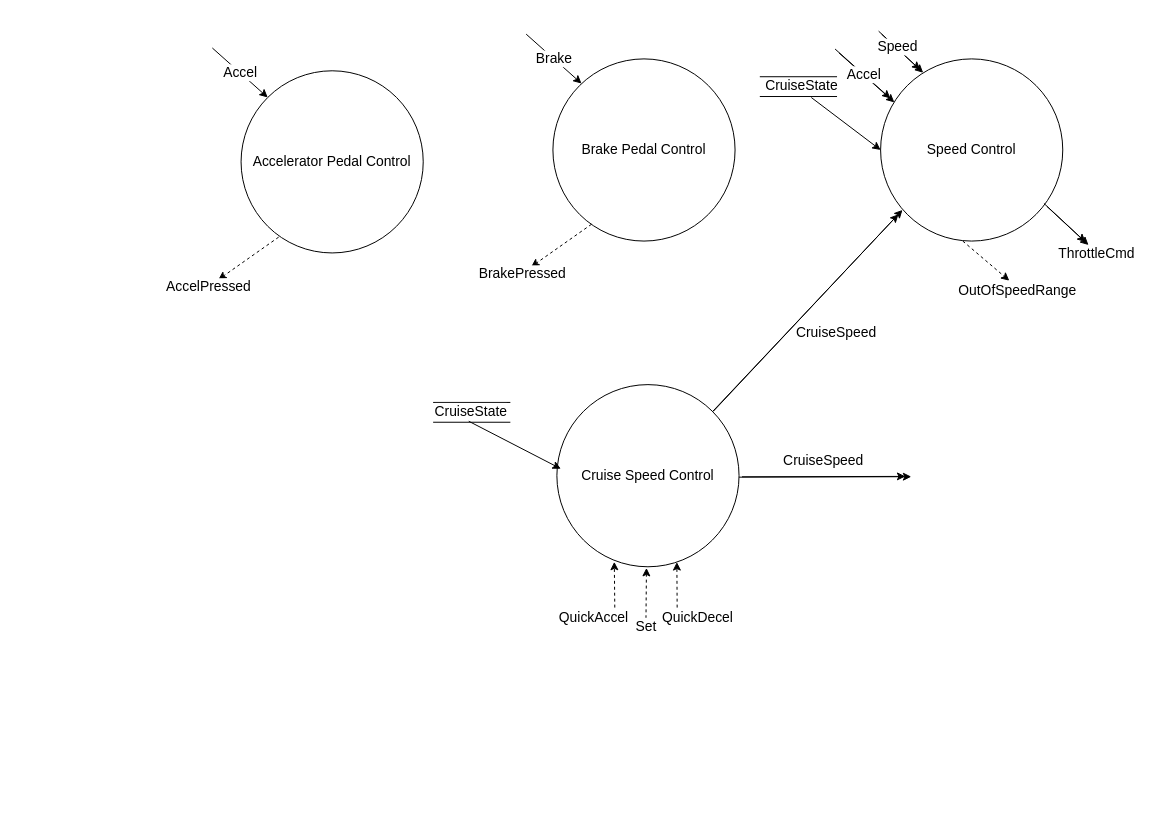
jacoballen4534/Cruise-Controller keeps this draw.io diagram as Diagrams/driving_control_refinement.drawio. Above is the earlier version. Source tidied: cells renumbered, new cells numbered last; positions are measured from the earlier drawing's top-left corner, leaving out a move shared by most shapes. Both pictures are drawn from the tidied source at 99%, with x=0, y=0 at pixel (212, 29).
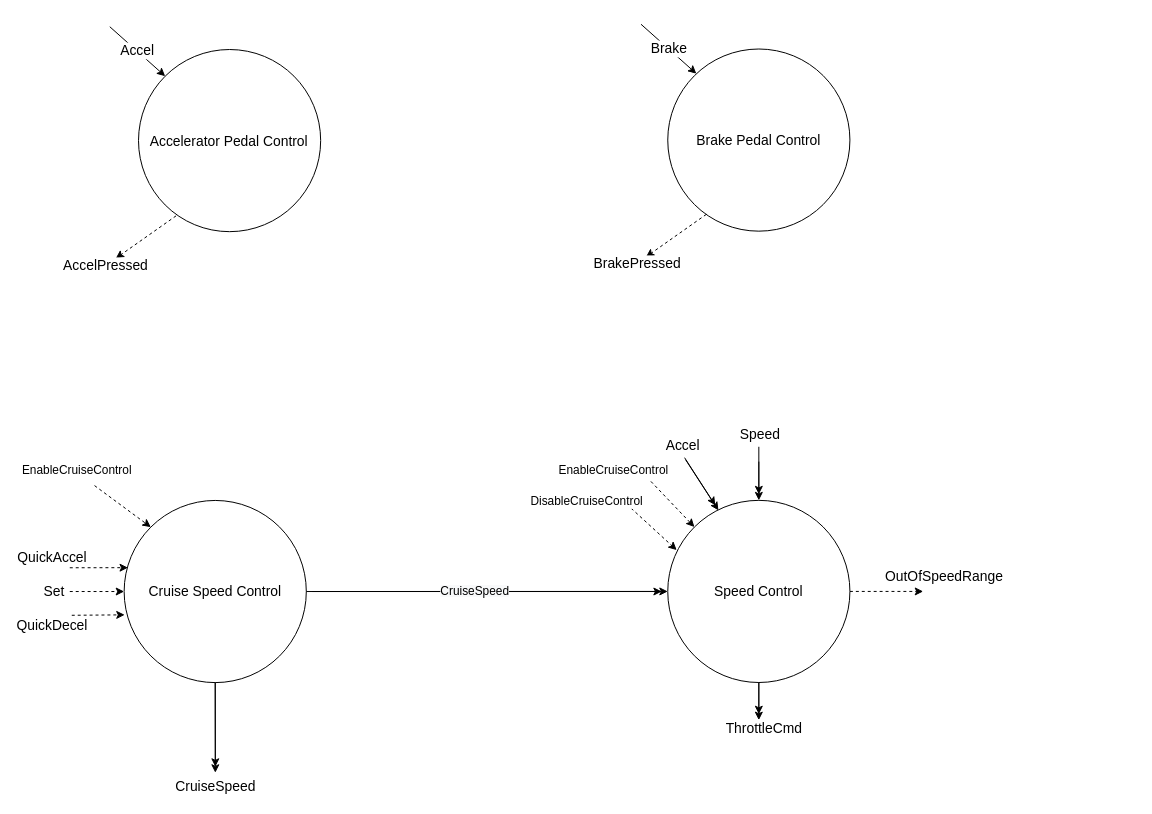
Above is the later version.

Change to the diagram source:
```diff
@@
     <mxCell id="2" value="Accelerator Pedal Control" style="ellipse;whiteSpace=wrap;html=1;fontSize=14;" parent="1" vertex="1">
-      <mxGeometry x="29" y="42" width="184" height="184" as="geometry" />
+      <mxGeometry x="-74.6" y="20.5" width="184" height="184" as="geometry" />
     </mxCell>
     <mxCell id="3" value="Brake Pedal Control" style="ellipse;whiteSpace=wrap;html=1;fontSize=14;" parent="1" vertex="1">
-      <mxGeometry x="344" y="30" width="184" height="184" as="geometry" />
+      <mxGeometry x="460" y="20" width="184" height="184" as="geometry" />
     </mxCell>
     <mxCell id="4" value="Speed Control" style="ellipse;whiteSpace=wrap;html=1;fontSize=14;" parent="1" vertex="1">
-      <mxGeometry x="675" y="30" width="184" height="184" as="geometry" />
+      <mxGeometry x="460" y="475.9" width="184" height="184" as="geometry" />
     </mxCell>
     <mxCell id="5" value="Cruise Speed Control" style="ellipse;whiteSpace=wrap;html=1;fontSize=14;" parent="1" vertex="1">
-      <mxGeometry x="348" y="359" width="184" height="184" as="geometry" />
+      <mxGeometry x="-89.1" y="476" width="184" height="184" as="geometry" />
     </mxCell>
     <mxCell id="6" value="Accel" style="endArrow=classic;html=1;strokeColor=#000000;entryX=0;entryY=0;entryDx=0;entryDy=0;fontSize=14;" parent="1" edge="1" target="2">
       <mxGeometry relative="1" as="geometry">
-        <mxPoint y="19" as="sourcePoint" />
+        <mxPoint x="-103.6" y="-2.5" as="sourcePoint" />
       </mxGeometry>
     </mxCell>
     <mxCell id="7" value="AccelPressed" style="endArrow=classic;html=1;strokeColor=#000000;fontSize=14;dashed=1;" parent="1" edge="1">
       <mxGeometry x="1" y="-12" relative="1" as="geometry">
-        <mxPoint x="67" y="210" as="sourcePoint" />
-        <mxPoint x="6" y="253" as="targetPoint" />
+        <mxPoint x="-36.6" y="188.5" as="sourcePoint" />
+        <mxPoint x="-97.6" y="231.5" as="targetPoint" />
         <mxPoint x="-3" y="17" as="offset" />
       </mxGeometry>
     </mxCell>
     <mxCell id="8" value="Brake" style="endArrow=classic;html=1;strokeColor=#000000;entryX=0;entryY=0;entryDx=0;entryDy=0;fontSize=14;" parent="1" edge="1">
       <mxGeometry relative="1" as="geometry">
-        <mxPoint x="317" y="5" as="sourcePoint" />
-        <mxPoint x="372.9" y="54.9" as="targetPoint" />
+        <mxPoint x="433" y="-5" as="sourcePoint" />
+        <mxPoint x="488.9" y="44.9" as="targetPoint" />
       </mxGeometry>
     </mxCell>
     <mxCell id="9" value="BrakePressed" style="endArrow=classic;html=1;strokeColor=#000000;fontSize=14;dashed=1;" parent="1" edge="1">
       <mxGeometry x="1" y="11" relative="1" as="geometry">
-        <mxPoint x="383" y="197" as="sourcePoint" />
-        <mxPoint x="322" y="240" as="targetPoint" />
+        <mxPoint x="499" y="187" as="sourcePoint" />
+        <mxPoint x="438" y="230" as="targetPoint" />
         <mxPoint x="-15" y="-2" as="offset" />
       </mxGeometry>
     </mxCell>
     <mxCell id="10" style="group;rotation=90;" parent="1" vertex="1">
-      <mxGeometry x="675" width="41" height="46" as="geometry" />
+      <mxGeometry x="460" y="445.8" width="41" height="46" as="geometry" />
     </mxCell>
-    <mxCell id="11" style="endArrow=classic;html=1;strokeColor=#000000;fontSize=14;" parent="10" edge="1">
+    <mxCell id="11" style="endArrow=classic;html=1;strokeColor=#000000;fontSize=14;entryX=0.5;entryY=0;entryDx=0;entryDy=0;" parent="10" edge="1" target="4">
       <mxGeometry relative="1" as="geometry">
-        <mxPoint x="-2" y="2" as="sourcePoint" />
-        <mxPoint x="40" y="41" as="targetPoint" />
+        <mxPoint x="92" y="-24" as="sourcePoint" />
       </mxGeometry>
     </mxCell>
     <mxCell id="12" style="endArrow=classic;html=1;strokeColor=#000000;fontSize=14;" parent="10" edge="1">
       <mxGeometry relative="1" as="geometry">
-        <mxPoint x="1" y="5" as="sourcePoint" />
-        <mxPoint x="43" y="44" as="targetPoint" />
+        <mxPoint x="92" y="-9" as="sourcePoint" />
+        <mxPoint x="92" y="24" as="targetPoint" />
       </mxGeometry>
     </mxCell>
     <mxCell id="13" value="Speed" style="text;html=1;align=center;verticalAlign=middle;labelBackgroundColor=#ffffff;fontSize=14;" parent="12" vertex="1">
       <mxGeometry x="-0.05" y="2" relative="1" as="geometry">
-        <mxPoint x="-5.5" y="-4.2" as="offset" />
+        <mxPoint x="-2" y="-44.5" as="offset" />
       </mxGeometry>
     </mxCell>
     <mxCell id="14" style="text;html=1;align=center;verticalAlign=middle;fontSize=14;" parent="1" vertex="1">
-      <mxGeometry x="587" y="316" width="10" height="26" as="geometry" />
+      <mxGeometry x="149.9" y="433" width="10" height="26" as="geometry" />
     </mxCell>
     <mxCell id="15" style="group;rotation=90;" parent="1" vertex="1">
-      <mxGeometry x="842" y="174" width="41" height="46" as="geometry" />
+      <mxGeometry x="627" y="619.9" width="41" height="46" as="geometry" />
     </mxCell>
-    <mxCell id="16" style="endArrow=classic;html=1;strokeColor=#000000;fontSize=14;" parent="15" edge="1">
+    <mxCell id="16" style="endArrow=classic;html=1;strokeColor=#000000;fontSize=14;exitX=0.5;exitY=1;exitDx=0;exitDy=0;" parent="15" edge="1" source="4">
       <mxGeometry relative="1" as="geometry">
-        <mxPoint x="-2" y="2" as="sourcePoint" />
-        <mxPoint x="40" y="41" as="targetPoint" />
+        <mxPoint x="-75" y="78" as="targetPoint" />
       </mxGeometry>
     </mxCell>
-    <mxCell id="17" style="endArrow=classic;html=1;strokeColor=#000000;fontSize=14;" parent="15" edge="1">
+    <mxCell id="17" style="endArrow=classic;html=1;strokeColor=#000000;fontSize=14;exitX=0.5;exitY=1;exitDx=0;exitDy=0;" parent="15" edge="1" source="4">
       <mxGeometry relative="1" as="geometry">
-        <mxPoint x="1" y="5" as="sourcePoint" />
-        <mxPoint x="43" y="44" as="targetPoint" />
+        <mxPoint x="-75" y="72" as="targetPoint" />
       </mxGeometry>
     </mxCell>
     <mxCell id="18" value="ThrottleCmd" style="text;html=1;align=center;verticalAlign=middle;labelBackgroundColor=#ffffff;fontSize=14;" parent="17" vertex="1">
       <mxGeometry x="-0.05" y="2" relative="1" as="geometry">
-        <mxPoint x="28.8" y="31" as="offset" />
+        <mxPoint x="2" y="31" as="offset" />
       </mxGeometry>
     </mxCell>
-    <mxCell id="19" style="endArrow=classic;html=1;strokeColor=#000000;fontSize=14;dashed=1;" parent="1" edge="1">
+    <mxCell id="19" style="endArrow=classic;html=1;strokeColor=#000000;fontSize=14;dashed=1;exitX=1;exitY=0.5;exitDx=0;exitDy=0;" parent="1" edge="1" source="4">
       <mxGeometry relative="1" as="geometry">
-        <mxPoint x="758" y="214" as="sourcePoint" />
-        <mxPoint x="805" y="254" as="targetPoint" />
+        <mxPoint x="718" y="567.9" as="targetPoint" />
       </mxGeometry>
     </mxCell>
     <mxCell id="20" value="OutOfSpeedRange" style="text;html=1;align=center;verticalAlign=middle;fontSize=14;" parent="1" vertex="1">
-      <mxGeometry x="748" y="253" width="129" height="21" as="geometry" />
+      <mxGeometry x="674" y="542.9" width="129" height="21" as="geometry" />
     </mxCell>
-    <mxCell id="21" style="endArrow=classic;html=1;strokeColor=#000000;fontSize=14;entryX=0.12;entryY=0.829;entryDx=0;entryDy=0;entryPerimeter=0;" parent="1" edge="1" target="4">
+    <mxCell id="21" style="endArrow=classic;html=1;strokeColor=#000000;fontSize=14;exitX=1;exitY=0.5;exitDx=0;exitDy=0;" parent="1" edge="1">
       <mxGeometry relative="1" as="geometry">
-        <mxPoint x="506" y="386" as="sourcePoint" />
+        <mxPoint x="100.9" y="568" as="sourcePoint" />
+        <mxPoint x="454" y="568" as="targetPoint" />
       </mxGeometry>
     </mxCell>
-    <mxCell id="22" style="endArrow=classic;html=1;strokeColor=#000000;entryX=0;entryY=0;entryDx=0;entryDy=0;fontSize=14;" parent="1" edge="1">
+    <mxCell id="22" style="endArrow=classic;html=1;strokeColor=#000000;entryX=0.278;entryY=0.055;entryDx=0;entryDy=0;fontSize=14;entryPerimeter=0;" parent="1" edge="1" target="4">
       <mxGeometry relative="1" as="geometry">
-        <mxPoint x="633" y="24" as="sourcePoint" />
-        <mxPoint x="688.9" y="73.9" as="targetPoint" />
+        <mxPoint x="478" y="434.8" as="sourcePoint" />
       </mxGeometry>
     </mxCell>
-    <mxCell id="23" style="endArrow=classic;html=1;strokeColor=#000000;entryX=0;entryY=0;entryDx=0;entryDy=0;fontSize=14;" parent="1" edge="1">
+    <mxCell id="23" style="endArrow=classic;html=1;strokeColor=#000000;fontSize=14;" parent="1" edge="1">
       <mxGeometry relative="1" as="geometry">
-        <mxPoint x="629" y="20" as="sourcePoint" />
-        <mxPoint x="684.9" y="69.9" as="targetPoint" />
+        <mxPoint x="477" y="432.8" as="sourcePoint" />
+        <mxPoint x="508" y="480.9" as="targetPoint" />
       </mxGeometry>
     </mxCell>
     <mxCell id="24" value="Accel" style="text;html=1;align=center;verticalAlign=middle;labelBackgroundColor=#ffffff;fontSize=14;" parent="23" vertex="1">
       <mxGeometry x="0.57" y="-1" relative="1" as="geometry">
-        <mxPoint x="-15.1" y="-14.8" as="offset" />
+        <mxPoint x="-26.4" y="-51.1" as="offset" />
       </mxGeometry>
     </mxCell>
+    <mxCell id="26" style="endArrow=classic;html=1;strokeColor=#000000;fontSize=14;exitX=1;exitY=0.5;exitDx=0;exitDy=0;entryX=0;entryY=0.5;entryDx=0;entryDy=0;" parent="1" edge="1" source="5" target="4">
+      <mxGeometry relative="1" as="geometry" />
+    </mxCell>
-    <mxCell id="25" value="CruiseSpeed" style="text;html=1;align=center;verticalAlign=middle;fontSize=14;" parent="1" vertex="1">
-      <mxGeometry x="584" y="295" width="91" height="21" as="geometry" />
+    <mxCell id="25" value="&lt;span style=&quot;background-color: rgb(248 , 249 , 250)&quot;&gt;&lt;font style=&quot;font-size: 12px&quot;&gt;CruiseSpeed&lt;/font&gt;&lt;/span&gt;" style="edgeLabel;html=1;align=center;verticalAlign=middle;" parent="26" vertex="1">
+      <mxGeometry x="-0.07" relative="1" as="geometry" />
     </mxCell>
-    <mxCell id="26" style="endArrow=classic;html=1;strokeColor=#000000;fontSize=14;" parent="1" edge="1">
-      <mxGeometry relative="1" as="geometry">
-        <mxPoint x="505" y="386.5" as="sourcePoint" />
-        <mxPoint x="693" y="187" as="targetPoint" />
-      </mxGeometry>
-    </mxCell>
-    <mxCell id="27" style="endArrow=classic;html=1;strokeColor=#000000;fontSize=14;entryX=0;entryY=0.5;entryDx=0;entryDy=0;" parent="1" edge="1" target="4">
+    <mxCell id="27" style="endArrow=classic;html=1;strokeColor=#000000;fontSize=14;entryX=0;entryY=0;entryDx=0;entryDy=0;dashed=1;" parent="1" edge="1" target="4">
       <mxGeometry relative="1" as="geometry">
-        <mxPoint x="605" y="69" as="sourcePoint" />
+        <mxPoint x="443" y="456.8" as="sourcePoint" />
       </mxGeometry>
     </mxCell>
-    <mxCell id="28" value="CruiseState" style="text;html=1;align=center;verticalAlign=middle;labelBackgroundColor=#ffffff;fontSize=14;" parent="27" vertex="1">
-      <mxGeometry x="-0.56" relative="1" as="geometry">
-        <mxPoint x="-26.1" y="-23.5" as="offset" />
-      </mxGeometry>
-    </mxCell>
-    <mxCell id="29" style="group;" parent="1" vertex="1">
-      <mxGeometry x="553" y="48" width="84" height="32" as="geometry" />
-    </mxCell>
-    <mxCell id="30" style="endArrow=none;html=1;" parent="29" edge="1">
-      <mxGeometry relative="1" as="geometry">
-        <mxPoint as="sourcePoint" />
-        <mxPoint x="78" as="targetPoint" />
-      </mxGeometry>
-    </mxCell>
-    <mxCell id="31" style="endArrow=none;html=1;" parent="29" edge="1">
-      <mxGeometry relative="1" as="geometry">
-        <mxPoint y="20" as="sourcePoint" />
-        <mxPoint x="78" y="20" as="targetPoint" />
-      </mxGeometry>
-    </mxCell>
+    <mxCell id="43" value="&lt;font style=&quot;font-size: 12px&quot;&gt;&lt;font&gt;Enable&lt;/font&gt;CruiseControl&lt;/font&gt;" style="edgeLabel;html=1;align=center;verticalAlign=middle;" parent="27" vertex="1">
+      <mxGeometry x="-0.71" y="3" relative="1" as="geometry">
+        <mxPoint x="-46.5" y="-15.6" as="offset" />
+      </mxGeometry>
+    </mxCell>
-    <mxCell id="32" value="&lt;font style=&quot;font-size: 14px&quot;&gt;Set&lt;/font&gt;" style="endArrow=classic;html=1;entryX=0.5;entryY=1;entryDx=0;entryDy=0;dashed=1;" parent="1" edge="1">
-      <mxGeometry x="-1" y="-8" relative="1" as="geometry">
-        <mxPoint x="438" y="595" as="sourcePoint" />
-        <mxPoint x="438.5" y="544.2" as="targetPoint" />
-        <mxPoint x="-8" y="8" as="offset" />
+    <mxCell id="32" value="&lt;font style=&quot;font-size: 14px&quot;&gt;Set&lt;/font&gt;" style="endArrow=classic;html=1;entryX=0;entryY=0.5;entryDx=0;entryDy=0;dashed=1;" parent="1" edge="1" target="5">
+      <mxGeometry x="-1" y="-16" relative="1" as="geometry">
+        <mxPoint x="-144" y="568" as="sourcePoint" />
+        <mxPoint x="-16" y="-16" as="offset" />
       </mxGeometry>
     </mxCell>
-    <mxCell id="33" value="&lt;font style=&quot;font-size: 14px&quot;&gt;QuickAccel&lt;/font&gt;" style="endArrow=classic;html=1;entryX=0.297;entryY=0.961;entryDx=0;entryDy=0;entryPerimeter=0;dashed=1;" parent="1" edge="1">
-      <mxGeometry x="-1" y="24" relative="1" as="geometry">
-        <mxPoint x="406.5" y="584.2" as="sourcePoint" />
-        <mxPoint x="406" y="538" as="targetPoint" />
-        <mxPoint x="2" y="10" as="offset" />
+    <mxCell id="33" value="&lt;font style=&quot;font-size: 14px&quot;&gt;QuickAccel&lt;/font&gt;" style="endArrow=classic;html=1;entryX=0.021;entryY=0.369;entryDx=0;entryDy=0;dashed=1;entryPerimeter=0;" parent="1" edge="1" target="5">
+      <mxGeometry x="-1" y="21" relative="1" as="geometry">
+        <mxPoint x="-144" y="544" as="sourcePoint" />
+        <mxPoint x="-18" y="11" as="offset" />
       </mxGeometry>
     </mxCell>
-    <mxCell id="34" value="&lt;font style=&quot;font-size: 14px&quot;&gt;QuickDecel&lt;/font&gt;" style="endArrow=classic;html=1;entryX=0.692;entryY=0.963;entryDx=0;entryDy=0;entryPerimeter=0;fontSize=12;dashed=1;" parent="1" edge="1">
-      <mxGeometry x="-1" y="-23" relative="1" as="geometry">
-        <mxPoint x="469.5" y="584.2" as="sourcePoint" />
-        <mxPoint x="469.2" y="538.3" as="targetPoint" />
-        <mxPoint x="-2" y="10" as="offset" />
+    <mxCell id="34" value="&lt;font style=&quot;font-size: 14px&quot;&gt;QuickDecel&lt;/font&gt;" style="endArrow=classic;html=1;entryX=0.003;entryY=0.628;entryDx=0;entryDy=0;entryPerimeter=0;fontSize=12;dashed=1;" parent="1" edge="1" target="5">
+      <mxGeometry x="-1" y="-22" relative="1" as="geometry">
+        <mxPoint x="-142" y="592" as="sourcePoint" />
+        <mxPoint x="-20" y="-12" as="offset" />
       </mxGeometry>
     </mxCell>
-    <mxCell id="35" style="group;rotation=90;" parent="1" vertex="1">
-      <mxGeometry x="223" y="377" width="84" height="32" as="geometry" />
-    </mxCell>
-    <mxCell id="36" style="endArrow=none;html=1;" parent="35" edge="1">
-      <mxGeometry relative="1" as="geometry">
-        <mxPoint as="sourcePoint" />
-        <mxPoint x="78" as="targetPoint" />
-      </mxGeometry>
-    </mxCell>
-    <mxCell id="37" style="endArrow=none;html=1;" parent="35" edge="1">
-      <mxGeometry relative="1" as="geometry">
-        <mxPoint y="20" as="sourcePoint" />
-        <mxPoint x="78" y="20" as="targetPoint" />
-      </mxGeometry>
-    </mxCell>
-    <mxCell id="38" value="CruiseState" style="text;html=1;align=center;verticalAlign=middle;labelBackgroundColor=#ffffff;fontSize=14;" parent="35" vertex="1">
-      <mxGeometry x="64" y="32" as="geometry">
-        <mxPoint x="-26.1" y="-23.5" as="offset" />
-      </mxGeometry>
-    </mxCell>
-    <mxCell id="39" style="endArrow=classic;html=1;strokeColor=#000000;fontSize=14;" parent="1" edge="1">
+    <mxCell id="39" style="endArrow=classic;html=1;strokeColor=#000000;fontSize=14;entryX=0;entryY=0;entryDx=0;entryDy=0;dashed=1;" parent="1" edge="1" target="5">
       <mxGeometry relative="1" as="geometry">
-        <mxPoint x="259" y="396" as="sourcePoint" />
-        <mxPoint x="352" y="444" as="targetPoint" />
+        <mxPoint x="-119" y="461" as="sourcePoint" />
       </mxGeometry>
     </mxCell>
+    <mxCell id="44" value="&lt;font style=&quot;font-size: 12px&quot;&gt;&lt;font&gt;Enable&lt;/font&gt;CruiseControl&lt;/font&gt;" style="edgeLabel;html=1;align=center;verticalAlign=middle;" parent="39" vertex="1">
+      <mxGeometry x="-0.56" y="1" relative="1" as="geometry">
+        <mxPoint x="-32.4" y="-23.7" as="offset" />
+      </mxGeometry>
+    </mxCell>
-    <mxCell id="40" style="endArrow=classic;html=1;strokeColor=#000000;fontSize=14;" parent="1" edge="1">
+    <mxCell id="40" style="endArrow=classic;html=1;strokeColor=#000000;fontSize=14;exitX=0.5;exitY=1;exitDx=0;exitDy=0;" parent="1" edge="1" source="5">
       <mxGeometry relative="1" as="geometry">
-        <mxPoint x="532" y="452.5" as="sourcePoint" />
-        <mxPoint x="706" y="452" as="targetPoint" />
+        <mxPoint x="3" y="751" as="targetPoint" />
       </mxGeometry>
     </mxCell>
     <mxCell id="41" value="CruiseSpeed" style="text;html=1;align=center;verticalAlign=middle;fontSize=14;" parent="1" vertex="1">
-      <mxGeometry x="571" y="425" width="91" height="21" as="geometry" />
+      <mxGeometry x="-42.6" y="754" width="91" height="21" as="geometry" />
     </mxCell>
-    <mxCell id="42" style="endArrow=classic;html=1;strokeColor=#000000;fontSize=14;" parent="1" edge="1">
+    <mxCell id="42" style="endArrow=classic;html=1;strokeColor=#000000;fontSize=14;exitX=0.5;exitY=1;exitDx=0;exitDy=0;" parent="1" edge="1" source="5">
       <mxGeometry relative="1" as="geometry">
-        <mxPoint x="535" y="452.1" as="sourcePoint" />
-        <mxPoint x="700" y="451.7" as="targetPoint" />
+        <mxPoint x="3" y="745" as="targetPoint" />
       </mxGeometry>
     </mxCell>
+    <mxCell id="45" style="endArrow=classic;html=1;entryX=0.049;entryY=0.273;entryDx=0;entryDy=0;entryPerimeter=0;dashed=1;" parent="1" edge="1" target="4">
+      <mxGeometry relative="1" as="geometry">
+        <mxPoint x="423" y="483.9" as="sourcePoint" />
+      </mxGeometry>
+    </mxCell>
+    <mxCell id="46" value="&lt;font style=&quot;font-size: 12px&quot;&gt;DisableCruiseControl&lt;/font&gt;" style="edgeLabel;html=1;align=center;verticalAlign=middle;" parent="45" vertex="1">
+      <mxGeometry x="-0.21" relative="1" as="geometry">
+        <mxPoint x="-64.3" y="-24.8" as="offset" />
+      </mxGeometry>
+    </mxCell>
```
